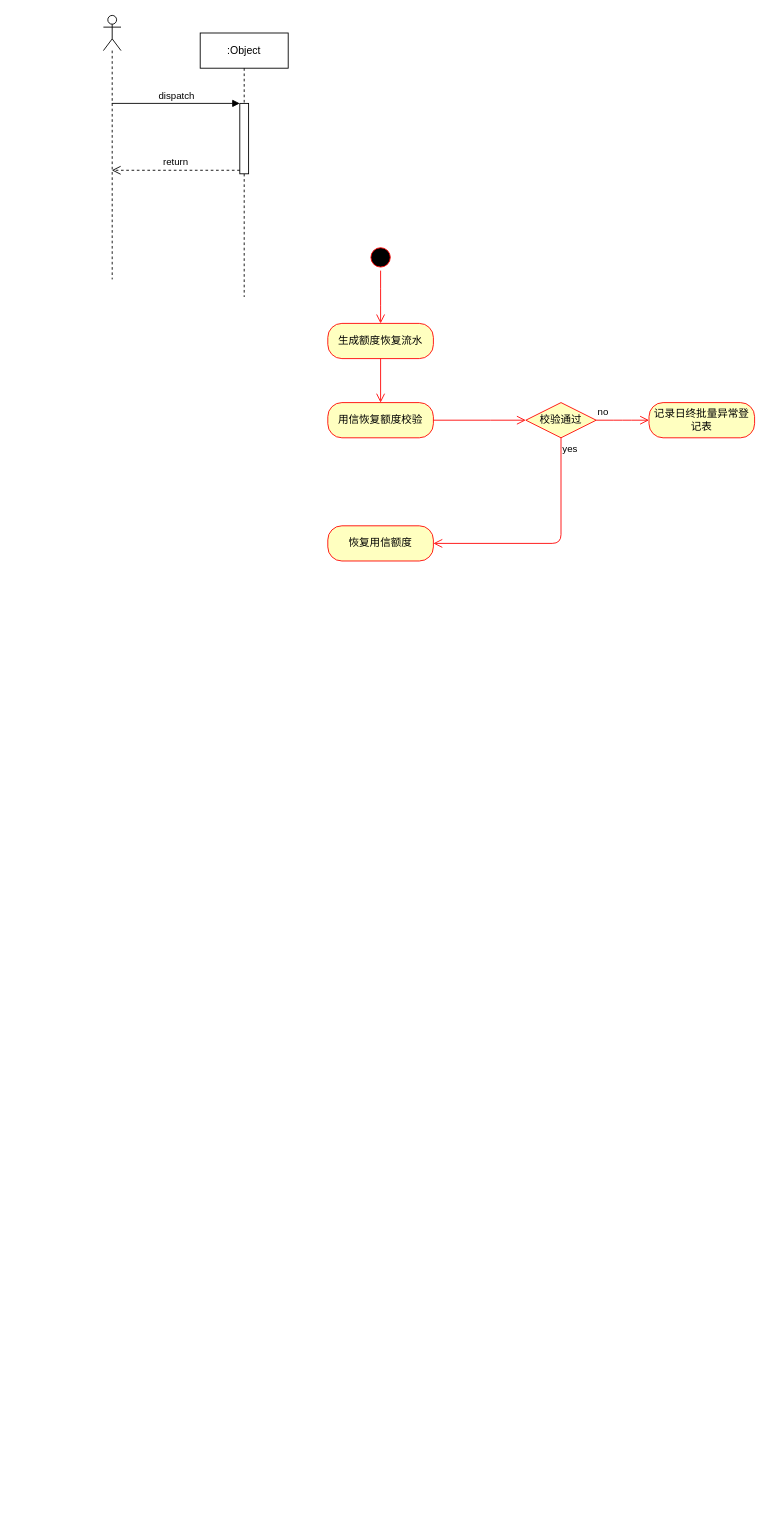
Before: Untitled Diagram.drawio in MinDaHu/UML, a draw.io diagram. Source tidied: cells renumbered, new cells numbered last; positions are measured from the earlier drawing's top-left corner, leaving out a move shared by most shapes. Both pictures are drawn from the tidied source at 88%, with x=0, y=0 at pixel (103, 15).
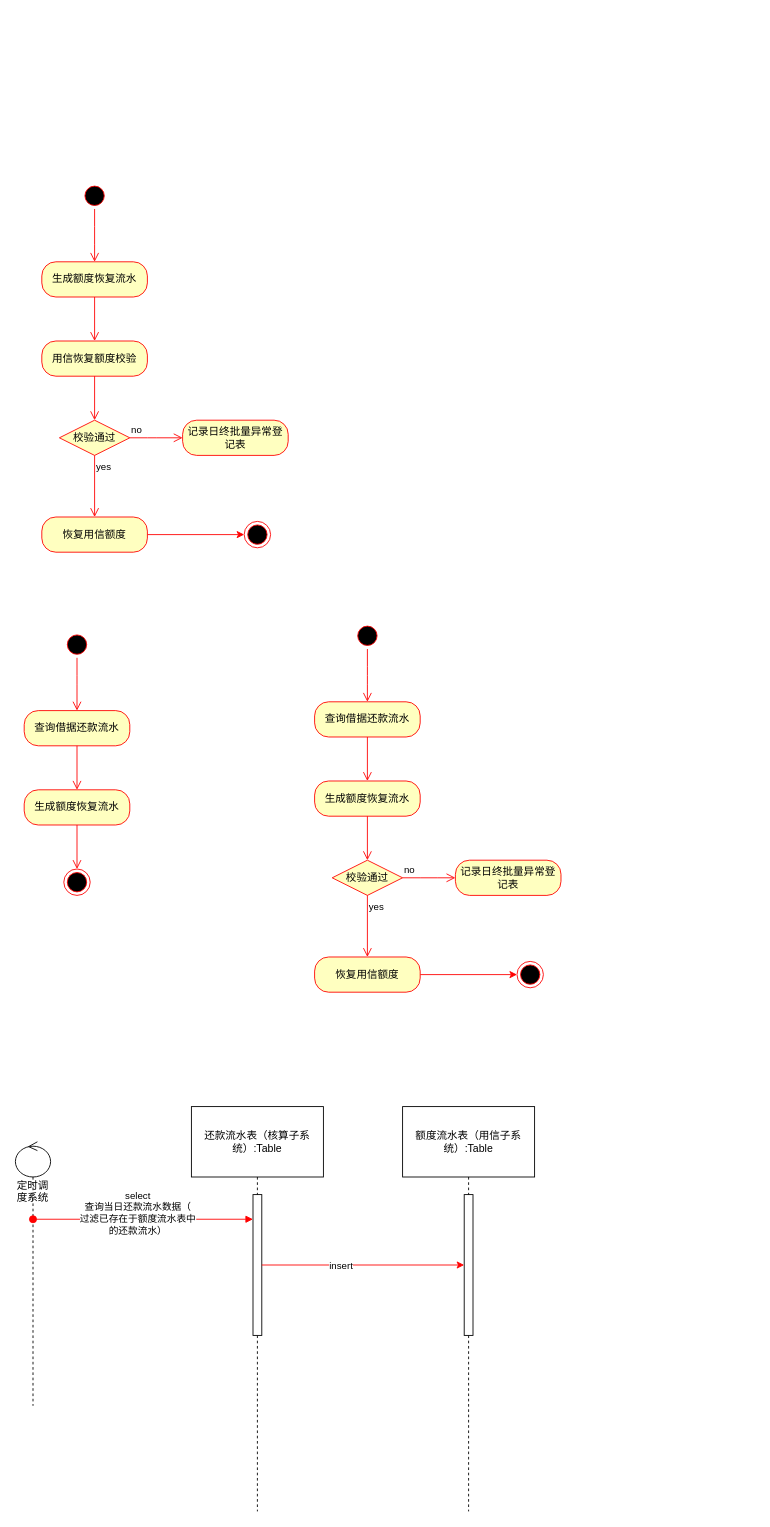
After the change.

Commit message:
高伟达-额度改造.drawio

Change to the diagram source:
```diff
@@
-    <mxCell id="2" style="shape=umlLifeline;participant=umlActor;perimeter=lifelinePerimeter;whiteSpace=wrap;html=1;verticalAlign=top;spacingTop=36;outlineConnect=0;" parent="1" vertex="1">
-      <mxGeometry width="20" height="300" as="geometry" />
-    </mxCell>
-    <mxCell id="3" value=":Object" style="shape=umlLifeline;perimeter=lifelinePerimeter;whiteSpace=wrap;html=1;" parent="1" vertex="1">
-      <mxGeometry x="110" y="20" width="100" height="300" as="geometry" />
-    </mxCell>
-    <mxCell id="4" style="html=1;points=[];perimeter=orthogonalPerimeter;" parent="3" vertex="1">
-      <mxGeometry x="45" y="80" width="10" height="80" as="geometry" />
-    </mxCell>
-    <mxCell id="5" value="return" style="html=1;verticalAlign=bottom;endArrow=open;dashed=1;endSize=8;exitX=0;exitY=0.95;" parent="1" edge="1" source="4" target="2">
-      <mxGeometry relative="1" as="geometry" />
-    </mxCell>
-    <mxCell id="6" value="dispatch" style="html=1;verticalAlign=bottom;endArrow=block;entryX=0;entryY=0;" parent="1" edge="1" source="2" target="4">
-      <mxGeometry relative="1" as="geometry" />
-    </mxCell>
     <mxCell id="7" style="ellipse;html=1;shape=startState;fillColor=#000000;strokeColor=#ff0000;" parent="1" vertex="1">
-      <mxGeometry x="300" y="260" width="30" height="30" as="geometry" />
+      <mxGeometry x="-25" y="190" width="30" height="30" as="geometry" />
     </mxCell>
     <mxCell id="8" style="edgeStyle=orthogonalEdgeStyle;html=1;verticalAlign=bottom;endArrow=open;endSize=8;strokeColor=#ff0000;" parent="1" edge="1" source="7">
       <mxGeometry relative="1" as="geometry">
-        <mxPoint x="315" y="350" as="targetPoint" />
+        <mxPoint x="-10" y="280" as="targetPoint" />
       </mxGeometry>
     </mxCell>
     <mxCell id="9" value="生成额度恢复流水" style="rounded=1;whiteSpace=wrap;html=1;arcSize=40;fontColor=#000000;fillColor=#ffffc0;strokeColor=#ff0000;" parent="1" vertex="1">
-      <mxGeometry x="255" y="350" width="120" height="40" as="geometry" />
+      <mxGeometry x="-70" y="280" width="120" height="40" as="geometry" />
     </mxCell>
@@
     <mxCell id="11" value="用信恢复额度校验" style="rounded=1;whiteSpace=wrap;html=1;arcSize=40;fontColor=#000000;fillColor=#ffffc0;strokeColor=#ff0000;" parent="1" vertex="1">
-      <mxGeometry x="255" y="440" width="120" height="40" as="geometry" />
+      <mxGeometry x="-70" y="370" width="120" height="40" as="geometry" />
     </mxCell>
     <mxCell id="12" value="校验通过" style="rhombus;whiteSpace=wrap;html=1;fillColor=#ffffc0;strokeColor=#ff0000;" parent="1" vertex="1">
-      <mxGeometry x="480" y="440" width="80" height="40" as="geometry" />
+      <mxGeometry x="-50" y="460" width="80" height="40" as="geometry" />
     </mxCell>
     <mxCell id="13" value="no" style="edgeStyle=orthogonalEdgeStyle;html=1;align=left;verticalAlign=bottom;endArrow=open;endSize=8;strokeColor=#ff0000;" parent="1" edge="1" source="12">
       <mxGeometry x="-1" relative="1" as="geometry">
-        <mxPoint x="620" y="460" as="targetPoint" />
+        <mxPoint x="90" y="480" as="targetPoint" />
       </mxGeometry>
     </mxCell>
-    <mxCell id="14" value="yes" style="edgeStyle=orthogonalEdgeStyle;html=1;align=left;verticalAlign=top;endArrow=open;endSize=8;strokeColor=#ff0000;entryX=1;entryY=0.5;entryDx=0;entryDy=0;" parent="1" edge="1" source="12" target="16">
-      <mxGeometry x="-1" relative="1" as="geometry">
-        <Array as="points">
-          <mxPoint x="520" y="600" />
-        </Array>
-      </mxGeometry>
+    <mxCell id="14" value="yes" style="edgeStyle=orthogonalEdgeStyle;html=1;align=left;verticalAlign=top;endArrow=open;endSize=8;strokeColor=#ff0000;entryX=0.5;entryY=0;entryDx=0;entryDy=0;" parent="1" edge="1" source="12" target="16">
+      <mxGeometry x="-1" relative="1" as="geometry" />
     </mxCell>
-    <mxCell id="15" style="edgeStyle=orthogonalEdgeStyle;html=1;verticalAlign=bottom;endArrow=open;endSize=8;strokeColor=#ff0000;exitX=1;exitY=0.5;exitDx=0;exitDy=0;" parent="1" edge="1" source="11" target="12">
+    <mxCell id="15" style="edgeStyle=orthogonalEdgeStyle;html=1;verticalAlign=bottom;endArrow=open;endSize=8;strokeColor=#ff0000;exitX=0.5;exitY=1;exitDx=0;exitDy=0;" parent="1" edge="1" source="11" target="12">
       <mxGeometry relative="1" as="geometry">
         <Array as="points">
-          <mxPoint x="430" y="460" />
-          <mxPoint x="430" y="460" />
+          <mxPoint x="-10" y="460" />
+          <mxPoint x="-10" y="460" />
         </Array>
       </mxGeometry>
     </mxCell>
+    <mxCell id="18" style="edgeStyle=orthogonalEdgeStyle;rounded=0;jettySize=auto;html=1;fillColor=#f8cecc;strokeColor=#FF0000;exitX=1;exitY=0.5;exitDx=0;exitDy=0;" parent="1" edge="1" source="16" target="19">
+      <mxGeometry relative="1" as="geometry" />
+    </mxCell>
     <mxCell id="16" value="恢复用信额度" style="rounded=1;whiteSpace=wrap;html=1;arcSize=40;fontColor=#000000;fillColor=#ffffc0;strokeColor=#ff0000;" parent="1" vertex="1">
-      <mxGeometry x="255" y="580" width="120" height="40" as="geometry" />
+      <mxGeometry x="-70" y="570" width="120" height="40" as="geometry" />
     </mxCell>
     <mxCell id="17" value="记录日终批量异常登记表" style="rounded=1;whiteSpace=wrap;html=1;arcSize=40;fontColor=#000000;fillColor=#ffffc0;strokeColor=#ff0000;" parent="1" vertex="1">
-      <mxGeometry x="620" y="440" width="120" height="40" as="geometry" />
+      <mxGeometry x="90" y="460" width="120" height="40" as="geometry" />
     </mxCell>
+    <mxCell id="19" style="ellipse;html=1;shape=endState;fillColor=#000000;strokeColor=#ff0000;" parent="1" vertex="1">
+      <mxGeometry x="160" y="575" width="30" height="30" as="geometry" />
+    </mxCell>
+    <mxCell id="20" style="ellipse;html=1;shape=startState;fillColor=#000000;strokeColor=#ff0000;" parent="1" vertex="1">
+      <mxGeometry x="-45" y="700" width="30" height="30" as="geometry" />
+    </mxCell>
+    <mxCell id="21" style="edgeStyle=orthogonalEdgeStyle;html=1;verticalAlign=bottom;endArrow=open;endSize=8;strokeColor=#ff0000;" parent="1" edge="1" source="20">
+      <mxGeometry relative="1" as="geometry">
+        <mxPoint x="-30" y="790" as="targetPoint" />
+      </mxGeometry>
+    </mxCell>
+    <mxCell id="22" value="查询借据还款流水" style="rounded=1;whiteSpace=wrap;html=1;arcSize=40;fontColor=#000000;fillColor=#ffffc0;strokeColor=#ff0000;" parent="1" vertex="1">
+      <mxGeometry x="-90" y="790" width="120" height="40" as="geometry" />
+    </mxCell>
+    <mxCell id="23" style="edgeStyle=orthogonalEdgeStyle;html=1;verticalAlign=bottom;endArrow=open;endSize=8;strokeColor=#ff0000;entryX=0.5;entryY=0;entryDx=0;entryDy=0;" parent="1" edge="1" source="22" target="24">
+      <mxGeometry relative="1" as="geometry" />
+    </mxCell>
+    <mxCell id="24" value="生成额度恢复流水" style="rounded=1;whiteSpace=wrap;html=1;arcSize=40;fontColor=#000000;fillColor=#ffffc0;strokeColor=#ff0000;" parent="1" vertex="1">
+      <mxGeometry x="-90" y="880" width="120" height="40" as="geometry" />
+    </mxCell>
+    <mxCell id="25" style="edgeStyle=orthogonalEdgeStyle;html=1;verticalAlign=bottom;endArrow=open;endSize=8;strokeColor=#ff0000;exitX=0.5;exitY=1;exitDx=0;exitDy=0;entryX=0.5;entryY=0;entryDx=0;entryDy=0;" parent="1" edge="1" source="24" target="26">
+      <mxGeometry relative="1" as="geometry" />
+    </mxCell>
+    <mxCell id="26" style="ellipse;html=1;shape=endState;fillColor=#000000;strokeColor=#ff0000;" parent="1" vertex="1">
+      <mxGeometry x="-45" y="970" width="30" height="30" as="geometry" />
+    </mxCell>
+    <mxCell id="27" style="ellipse;html=1;shape=startState;fillColor=#000000;strokeColor=#ff0000;" parent="1" vertex="1">
+      <mxGeometry x="285" y="690" width="30" height="30" as="geometry" />
+    </mxCell>
+    <mxCell id="28" style="edgeStyle=orthogonalEdgeStyle;html=1;verticalAlign=bottom;endArrow=open;endSize=8;strokeColor=#ff0000;" parent="1" edge="1" source="27">
+      <mxGeometry relative="1" as="geometry">
+        <mxPoint x="300" y="780" as="targetPoint" />
+      </mxGeometry>
+    </mxCell>
+    <mxCell id="29" value="查询借据还款流水" style="rounded=1;whiteSpace=wrap;html=1;arcSize=40;fontColor=#000000;fillColor=#ffffc0;strokeColor=#ff0000;" parent="1" vertex="1">
+      <mxGeometry x="240" y="780" width="120" height="40" as="geometry" />
+    </mxCell>
+    <mxCell id="30" style="edgeStyle=orthogonalEdgeStyle;html=1;verticalAlign=bottom;endArrow=open;endSize=8;strokeColor=#ff0000;entryX=0.5;entryY=0;entryDx=0;entryDy=0;" parent="1" edge="1" source="29" target="31">
+      <mxGeometry relative="1" as="geometry" />
+    </mxCell>
+    <mxCell id="31" value="生成额度恢复流水" style="rounded=1;whiteSpace=wrap;html=1;arcSize=40;fontColor=#000000;fillColor=#ffffc0;strokeColor=#ff0000;" parent="1" vertex="1">
+      <mxGeometry x="240" y="870" width="120" height="40" as="geometry" />
+    </mxCell>
+    <mxCell id="32" value="校验通过" style="rhombus;whiteSpace=wrap;html=1;fillColor=#ffffc0;strokeColor=#ff0000;" parent="1" vertex="1">
+      <mxGeometry x="260" y="960" width="80" height="40" as="geometry" />
+    </mxCell>
+    <mxCell id="33" value="no" style="edgeStyle=orthogonalEdgeStyle;html=1;align=left;verticalAlign=bottom;endArrow=open;endSize=8;strokeColor=#ff0000;" parent="1" edge="1" source="32">
+      <mxGeometry x="-1" relative="1" as="geometry">
+        <mxPoint x="400" y="980" as="targetPoint" />
+      </mxGeometry>
+    </mxCell>
+    <mxCell id="34" value="yes" style="edgeStyle=orthogonalEdgeStyle;html=1;align=left;verticalAlign=top;endArrow=open;endSize=8;strokeColor=#ff0000;entryX=0.5;entryY=0;entryDx=0;entryDy=0;" parent="1" edge="1" source="32" target="37">
+      <mxGeometry x="-1" relative="1" as="geometry" />
+    </mxCell>
+    <mxCell id="35" style="edgeStyle=orthogonalEdgeStyle;html=1;verticalAlign=bottom;endArrow=open;endSize=8;strokeColor=#ff0000;exitX=0.5;exitY=1;exitDx=0;exitDy=0;" parent="1" edge="1" source="31" target="32">
+      <mxGeometry relative="1" as="geometry">
+        <Array as="points">
+          <mxPoint x="300" y="960" />
+          <mxPoint x="300" y="960" />
+        </Array>
+      </mxGeometry>
+    </mxCell>
+    <mxCell id="36" style="edgeStyle=orthogonalEdgeStyle;rounded=0;jettySize=auto;html=1;fillColor=#f8cecc;strokeColor=#FF0000;exitX=1;exitY=0.5;exitDx=0;exitDy=0;" parent="1" edge="1" source="37" target="39">
+      <mxGeometry relative="1" as="geometry" />
+    </mxCell>
+    <mxCell id="37" value="恢复用信额度" style="rounded=1;whiteSpace=wrap;html=1;arcSize=40;fontColor=#000000;fillColor=#ffffc0;strokeColor=#ff0000;" parent="1" vertex="1">
+      <mxGeometry x="240" y="1070" width="120" height="40" as="geometry" />
+    </mxCell>
+    <mxCell id="38" value="记录日终批量异常登记表" style="rounded=1;whiteSpace=wrap;html=1;arcSize=40;fontColor=#000000;fillColor=#ffffc0;strokeColor=#ff0000;" parent="1" vertex="1">
+      <mxGeometry x="400" y="960" width="120" height="40" as="geometry" />
+    </mxCell>
+    <mxCell id="39" style="ellipse;html=1;shape=endState;fillColor=#000000;strokeColor=#ff0000;" parent="1" vertex="1">
+      <mxGeometry x="470" y="1075" width="30" height="30" as="geometry" />
+    </mxCell>
+    <mxCell id="40" value="定时调度系统" style="shape=umlLifeline;participant=umlControl;perimeter=lifelinePerimeter;whiteSpace=wrap;html=1;verticalAlign=top;spacingTop=36;" parent="1" vertex="1">
+      <mxGeometry x="-100" y="1280" width="40" height="300" as="geometry" />
+    </mxCell>
+    <mxCell id="41" value="还款流水表（核算子系统）:Table" style="shape=umlLifeline;perimeter=lifelinePerimeter;whiteSpace=wrap;html=1;size=80;" parent="1" vertex="1">
+      <mxGeometry x="100" y="1240" width="150" height="460" as="geometry" />
+    </mxCell>
+    <mxCell id="42" style="html=1;points=[];perimeter=orthogonalPerimeter;" parent="41" vertex="1">
+      <mxGeometry x="70" y="100" width="10" height="160" as="geometry" />
+    </mxCell>
+    <mxCell id="43" value="select&lt;br&gt;查询当日还款流水数据（&lt;br&gt;过滤已存在于额度流水表中&lt;br&gt;的还款流水）" style="html=1;verticalAlign=bottom;startArrow=oval;endArrow=block;startSize=8;strokeColor=#FF0000;" parent="1" edge="1" target="42">
+      <mxGeometry x="-0.05" y="-22" relative="1" as="geometry">
+        <mxPoint x="-80" y="1368" as="sourcePoint" />
+      </mxGeometry>
+    </mxCell>
+    <mxCell id="44" value="额度流水表（用信子系统）:Table" style="shape=umlLifeline;perimeter=lifelinePerimeter;whiteSpace=wrap;html=1;size=80;" parent="1" vertex="1">
+      <mxGeometry x="340" y="1240" width="150" height="460" as="geometry" />
+    </mxCell>
+    <mxCell id="45" style="html=1;points=[];perimeter=orthogonalPerimeter;" parent="44" vertex="1">
+      <mxGeometry x="70" y="100" width="10" height="160" as="geometry" />
+    </mxCell>
+    <mxCell id="46" style="edgeStyle=orthogonalEdgeStyle;rounded=0;jettySize=auto;html=1;strokeColor=#FF0000;" parent="1" edge="1" source="42" target="45">
+      <mxGeometry relative="1" as="geometry">
+        <Array as="points">
+          <mxPoint x="170" y="1382" />
+          <mxPoint x="170" y="1382" />
+        </Array>
+      </mxGeometry>
+    </mxCell>
+    <mxCell id="47" value="insert" style="edgeLabel;html=1;align=center;verticalAlign=middle;" parent="46" vertex="1">
+      <mxGeometry x="-0.23" relative="1" as="geometry" />
+    </mxCell>
```
